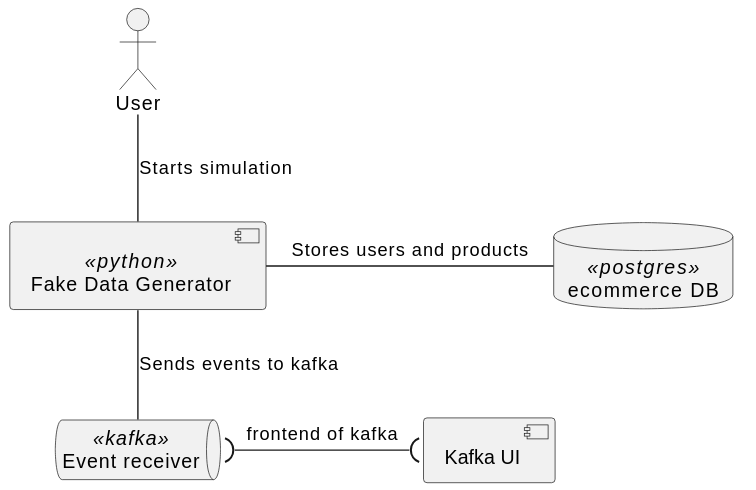
Earlier version of the PlantUML export images/plantuml.svg (gergobig/ecommerce-streaming-demo).
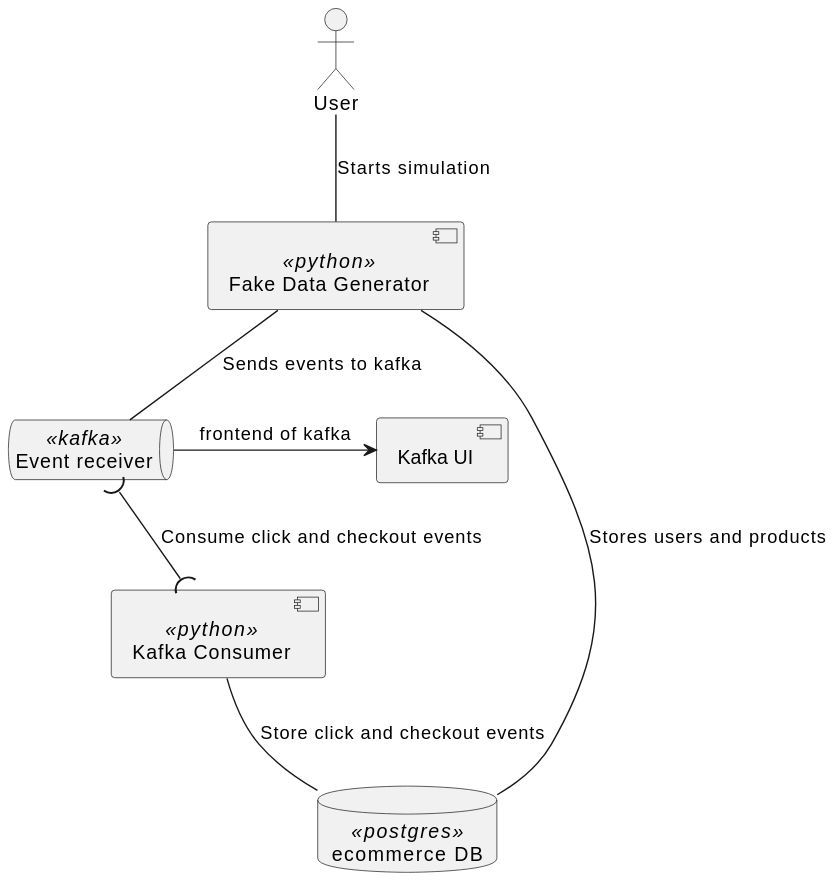
After the commit.

Change to the diagram source:
```diff
@@ -1,12 +1,15 @@
 @startuml
 actor "User" as user
-component "Fake Data Generator" AS datagen <<python>>
-database "ecommerce DB" AS db <<postgres>>
-queue "Event receiver" AS kafka <<kafka>>
-component "Kafka UI" AS kafka_ui
+component "Fake Data Generator" as datagen <<python>>
+component "Kafka Consumer" as consumer <<python>>
+database "ecommerce DB" as db <<postgres>>
+queue "Event receiver" as kafka <<kafka>>
+component "Kafka UI" as kafka_ui
 
 user -- datagen: Starts simulation
-datagen - db : Stores users and products
-datagen -- kafka : Sends events to kafka
-kafka )-( kafka_ui : frontend of kafka
+datagen -- db: Stores users and products
+datagen -- kafka: Sends events to kafka
+kafka -> kafka_ui: frontend of kafka
+kafka )--( consumer: Consume click and checkout events
+consumer -- db: Store click and checkout events
 @enduml
```
